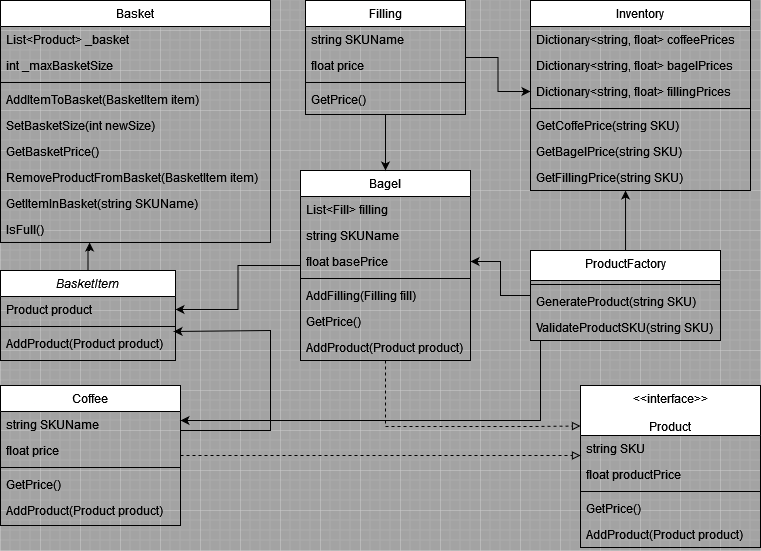
This is exercise.main/OOP_Bobs_Bagel.drawio.png from boolean-uk/csharp-tdd-oop-bobs-bagels, a draw.io export, as it was before one commit. Source tidied: cells renumbered, new cells last; positions are measured from the earlier drawing's top-left corner, leaving out a move shared by most shapes.
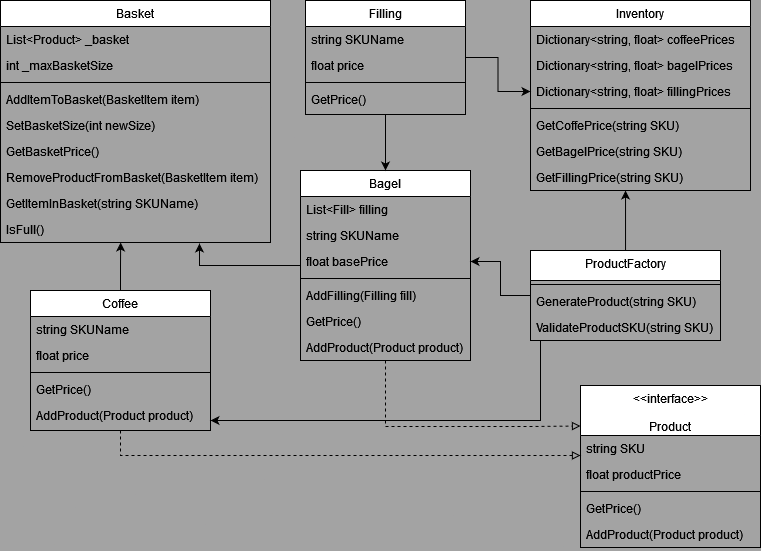
The same diagram one commit later.

Commit message:
Update to Domain_model and class diagram

Diff of the diagram source:
```diff
@@ -2,21 +2,6 @@
   <root>
     <mxCell id="0" />
     <mxCell id="1" parent="0" />
-    <mxCell id="2" value="BasketItem" style="swimlane;fontStyle=2;align=center;verticalAlign=top;horizontal=1;startSize=26;rounded=0;shadow=0;strokeWidth=1;" parent="1" vertex="1">
-      <mxGeometry y="270" width="175" height="90" as="geometry" />
-    </mxCell>
-    <mxCell id="3" value="Product product" style="text;align=left;verticalAlign=top;spacingLeft=4;spacingRight=4;overflow=hidden;points=[[0,0.5],[1,0.5]];portConstraint=eastwest;" parent="2" vertex="1">
-      <mxGeometry y="26" width="175" height="26" as="geometry" />
-    </mxCell>
-    <mxCell id="4" style="line;html=1;strokeWidth=1;align=left;verticalAlign=middle;spacingTop=-1;spacingLeft=3;spacingRight=3;labelPosition=right;" parent="2" vertex="1">
-      <mxGeometry y="52" width="175" height="8" as="geometry" />
-    </mxCell>
-    <mxCell id="5" value="AddProduct(Product product)" style="text;align=left;verticalAlign=top;spacingLeft=4;spacingRight=4;overflow=hidden;points=[[0,0.5],[1,0.5]];portConstraint=eastwest;" parent="2" vertex="1">
-      <mxGeometry y="60" width="175" height="26" as="geometry" />
-    </mxCell>
-    <mxCell id="6" style="edgeStyle=orthogonalEdgeStyle;rounded=0;jettySize=auto;html=1;entryX=1;entryY=0.5;entryDx=0;entryDy=0;" parent="1" edge="1" source="8" target="3">
-      <mxGeometry relative="1" as="geometry" />
-    </mxCell>
     <mxCell id="7" style="edgeStyle=orthogonalEdgeStyle;rounded=0;jettySize=auto;html=1;entryX=0;entryY=0.25;entryDx=0;entryDy=0;endArrow=block;endFill=0;dashed=1;" parent="1" edge="1" source="8" target="16">
       <mxGeometry relative="1" as="geometry">
         <Array as="points">
@@ -126,16 +111,8 @@
         </Array>
       </mxGeometry>
     </mxCell>
-    <mxCell id="40" style="edgeStyle=orthogonalEdgeStyle;rounded=0;jettySize=auto;html=1;entryX=0.989;entryY=0.038;entryDx=0;entryDy=0;entryPerimeter=0;" parent="1" edge="1" source="41" target="5">
-      <mxGeometry relative="1" as="geometry">
-        <Array as="points">
-          <mxPoint x="270" y="430" />
-          <mxPoint x="270" y="330" />
-        </Array>
-      </mxGeometry>
-    </mxCell>
     <mxCell id="41" value="Coffee" style="swimlane;fontStyle=0;align=center;verticalAlign=top;horizontal=1;startSize=26;rounded=0;shadow=0;strokeWidth=1;" parent="1" vertex="1">
-      <mxGeometry y="385" width="180" height="140" as="geometry" />
+      <mxGeometry x="30" y="290" width="180" height="140" as="geometry" />
     </mxCell>
     <mxCell id="42" value="string SKUName" style="text;align=left;verticalAlign=top;spacingLeft=4;spacingRight=4;overflow=hidden;" parent="41" vertex="1">
       <mxGeometry y="26" width="180" height="26" as="geometry" />
@@ -179,8 +156,9 @@
     <mxCell id="55" style="edgeStyle=orthogonalEdgeStyle;rounded=0;jettySize=auto;html=1;" parent="1" edge="1" source="57" target="11">
       <mxGeometry relative="1" as="geometry" />
     </mxCell>
-    <mxCell id="56" style="edgeStyle=orthogonalEdgeStyle;rounded=0;jettySize=auto;html=1;entryX=1;entryY=0.25;entryDx=0;entryDy=0;" parent="1" edge="1" source="57" target="41">
+    <mxCell id="56" style="edgeStyle=orthogonalEdgeStyle;rounded=0;jettySize=auto;html=1;" parent="1" edge="1" source="57">
       <mxGeometry relative="1" as="geometry">
+        <mxPoint x="210" y="420" as="targetPoint" />
         <Array as="points">
           <mxPoint x="540" y="420" />
         </Array>
@@ -201,8 +179,11 @@
     <mxCell id="61" style="edgeStyle=orthogonalEdgeStyle;rounded=0;jettySize=auto;html=1;entryX=0.432;entryY=1;entryDx=0;entryDy=0;entryPerimeter=0;" parent="1" edge="1" source="57" target="54">
       <mxGeometry relative="1" as="geometry" />
     </mxCell>
-    <mxCell id="62" style="edgeStyle=orthogonalEdgeStyle;rounded=0;jettySize=auto;html=1;entryX=0.33;entryY=1;entryDx=0;entryDy=0;entryPerimeter=0;" parent="1" edge="1" source="2" target="31">
-      <mxGeometry relative="1" as="geometry" />
-    </mxCell>
+    <mxCell id="63" style="edgeStyle=orthogonalEdgeStyle;rounded=0;jettySize=auto;html=1;entryX=0.737;entryY=1.038;entryDx=0;entryDy=0;entryPerimeter=0;" parent="1" edge="1" source="8" target="31">
+      <mxGeometry relative="1" as="geometry" />
+    </mxCell>
+    <mxCell id="64" style="edgeStyle=orthogonalEdgeStyle;rounded=0;jettySize=auto;html=1;entryX=0.445;entryY=1;entryDx=0;entryDy=0;entryPerimeter=0;" parent="1" edge="1" source="41" target="31">
+      <mxGeometry relative="1" as="geometry" />
+    </mxCell>
   </root>
 </mxGraphModel>
```
